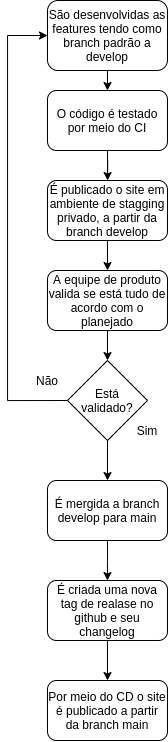
emanuks/Chacao-Investimentos keeps this draw.io diagram as Artefatos/diagrama_infrastructure.png. Above is the earlier version. Source tidied: cells renumbered, new cells last; positions are measured from the earlier drawing's top-left corner, leaving out a move shared by most shapes. Its diagram source:
```xml
<mxGraphModel>
  <root>
    <mxCell id="0" />
    <mxCell id="1" parent="0" />
    <mxCell id="2" style="edgeStyle=orthogonalEdgeStyle;rounded=0;jettySize=auto;html=1;exitX=0.5;exitY=1;exitDx=0;exitDy=0;entryX=0.5;entryY=0;entryDx=0;entryDy=0;" parent="1" edge="1" source="3" target="14">
      <mxGeometry relative="1" as="geometry" />
    </mxCell>
    <mxCell id="3" value="São desenvolvidas as features tendo como branch padrão a develop" style="rounded=1;whiteSpace=wrap;html=1;" parent="1" vertex="1">
      <mxGeometry x="40" width="120" height="70" as="geometry" />
    </mxCell>
    <mxCell id="4" style="edgeStyle=orthogonalEdgeStyle;rounded=0;jettySize=auto;html=1;exitX=0.5;exitY=1;exitDx=0;exitDy=0;entryX=0.5;entryY=0;entryDx=0;entryDy=0;" parent="1" edge="1" source="5" target="7">
      <mxGeometry relative="1" as="geometry" />
    </mxCell>
    <mxCell id="5" value="É publicado o site em ambiente de stagging privado, a partir da branch develop" style="rounded=1;whiteSpace=wrap;html=1;" parent="1" vertex="1">
      <mxGeometry x="40" y="180" width="120" height="60" as="geometry" />
    </mxCell>
    <mxCell id="6" style="edgeStyle=orthogonalEdgeStyle;rounded=0;jettySize=auto;html=1;exitX=0.5;exitY=1;exitDx=0;exitDy=0;entryX=0.5;entryY=0;entryDx=0;entryDy=0;" parent="1" edge="1" source="7" target="10">
      <mxGeometry relative="1" as="geometry" />
    </mxCell>
    <mxCell id="7" value="A equipe de produto valida se está tudo de acordo com o planejado" style="rounded=1;whiteSpace=wrap;html=1;" parent="1" vertex="1">
      <mxGeometry x="40" y="270" width="120" height="60" as="geometry" />
    </mxCell>
    <mxCell id="8" style="edgeStyle=orthogonalEdgeStyle;rounded=0;jettySize=auto;html=1;entryX=0;entryY=0.5;entryDx=0;entryDy=0;exitX=0;exitY=0.5;exitDx=0;exitDy=0;" parent="1" edge="1" source="10" target="3">
      <mxGeometry relative="1" as="geometry">
        <Array as="points">
          <mxPoint y="400" />
          <mxPoint y="35" />
        </Array>
      </mxGeometry>
    </mxCell>
    <mxCell id="9" style="edgeStyle=orthogonalEdgeStyle;rounded=0;jettySize=auto;html=1;exitX=0.5;exitY=1;exitDx=0;exitDy=0;entryX=0.5;entryY=0;entryDx=0;entryDy=0;" parent="1" edge="1" source="10" target="16">
      <mxGeometry relative="1" as="geometry" />
    </mxCell>
    <mxCell id="10" value="Está validado?" style="rhombus;whiteSpace=wrap;html=1;" parent="1" vertex="1">
      <mxGeometry x="60" y="360" width="80" height="80" as="geometry" />
    </mxCell>
    <mxCell id="11" value="Não" style="text;html=1;strokeColor=none;fillColor=none;align=center;verticalAlign=middle;whiteSpace=wrap;rounded=0;" parent="1" vertex="1">
      <mxGeometry x="20" y="370" width="40" height="20" as="geometry" />
    </mxCell>
    <mxCell id="12" value="Sim" style="text;html=1;strokeColor=none;fillColor=none;align=center;verticalAlign=middle;whiteSpace=wrap;rounded=0;" parent="1" vertex="1">
      <mxGeometry x="120" y="420" width="40" height="20" as="geometry" />
    </mxCell>
    <mxCell id="13" style="edgeStyle=orthogonalEdgeStyle;rounded=0;jettySize=auto;html=1;exitX=0.5;exitY=1;exitDx=0;exitDy=0;" parent="1" edge="1" source="14" target="5">
      <mxGeometry relative="1" as="geometry" />
    </mxCell>
    <mxCell id="14" value="O código é testado por meio do CI" style="rounded=1;whiteSpace=wrap;html=1;" parent="1" vertex="1">
      <mxGeometry x="40" y="90" width="120" height="60" as="geometry" />
    </mxCell>
    <mxCell id="15" style="edgeStyle=orthogonalEdgeStyle;rounded=0;jettySize=auto;html=1;exitX=0.5;exitY=1;exitDx=0;exitDy=0;" parent="1" edge="1" source="16">
      <mxGeometry relative="1" as="geometry">
        <mxPoint x="99.9" y="580" as="targetPoint" />
      </mxGeometry>
    </mxCell>
    <mxCell id="16" value="É mergida a branch develop para main" style="rounded=1;whiteSpace=wrap;html=1;" parent="1" vertex="1">
      <mxGeometry x="40" y="480" width="120" height="60" as="geometry" />
    </mxCell>
    <mxCell id="17" style="edgeStyle=orthogonalEdgeStyle;rounded=0;jettySize=auto;html=1;" parent="1" edge="1" source="18">
      <mxGeometry relative="1" as="geometry">
        <mxPoint x="100" y="680" as="targetPoint" />
      </mxGeometry>
    </mxCell>
    <mxCell id="18" value="É criada uma nova tag de realase no github e seu changelog" style="rounded=1;whiteSpace=wrap;html=1;" parent="1" vertex="1">
      <mxGeometry x="40" y="580" width="120" height="60" as="geometry" />
    </mxCell>
    <mxCell id="19" value="Por meio do CD o site é publicado a partir da branch main" style="rounded=1;whiteSpace=wrap;html=1;" parent="1" vertex="1">
      <mxGeometry x="40" y="680" width="120" height="60" as="geometry" />
    </mxCell>
  </root>
</mxGraphModel>
```
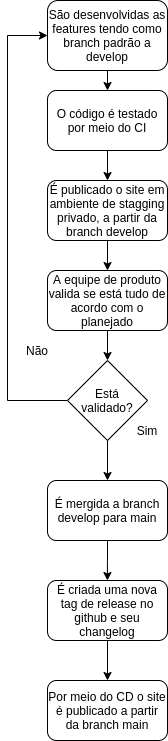
The same diagram one commit later.

Commit message:
Correções no diagrama de infrasctructure

What changed in the source:
```diff
@@ -35,7 +35,7 @@
       <mxGeometry x="60" y="360" width="80" height="80" as="geometry" />
     </mxCell>
     <mxCell id="11" value="Não" style="text;html=1;strokeColor=none;fillColor=none;align=center;verticalAlign=middle;whiteSpace=wrap;rounded=0;" parent="1" vertex="1">
-      <mxGeometry x="20" y="370" width="40" height="20" as="geometry" />
+      <mxGeometry x="10" y="340" width="40" height="20" as="geometry" />
     </mxCell>
     <mxCell id="12" value="Sim" style="text;html=1;strokeColor=none;fillColor=none;align=center;verticalAlign=middle;whiteSpace=wrap;rounded=0;" parent="1" vertex="1">
       <mxGeometry x="120" y="420" width="40" height="20" as="geometry" />
@@ -59,7 +59,7 @@
         <mxPoint x="100" y="680" as="targetPoint" />
       </mxGeometry>
     </mxCell>
-    <mxCell id="18" value="É criada uma nova tag de realase no github e seu changelog" style="rounded=1;whiteSpace=wrap;html=1;" parent="1" vertex="1">
+    <mxCell id="18" value="É criada uma nova tag de&amp;nbsp;release no github e seu changelog" style="rounded=1;whiteSpace=wrap;html=1;" parent="1" vertex="1">
       <mxGeometry x="40" y="580" width="120" height="60" as="geometry" />
     </mxCell>
     <mxCell id="19" value="Por meio do CD o site é publicado a partir da branch main" style="rounded=1;whiteSpace=wrap;html=1;" parent="1" vertex="1">
```
